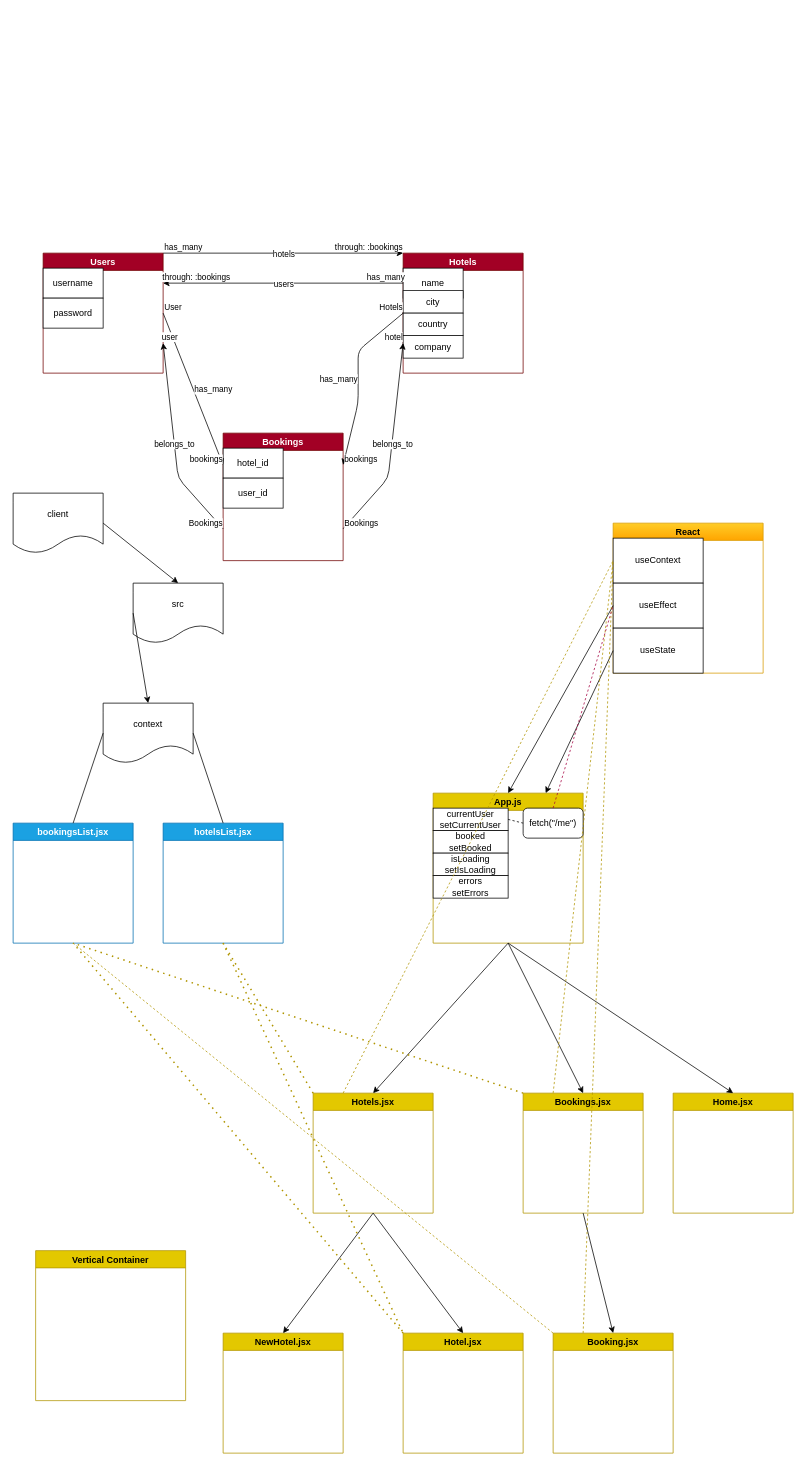
Earlier version of the draw.io diagram erd.drawio (SoraEagle/phase-4-project). Source tidied: cells renumbered, new cells numbered last; positions are measured from the earlier drawing's top-left corner, leaving out a move shared by most shapes. Both pictures are drawn from the tidied source at 75%, with x=0, y=0 at pixel (13, 253).
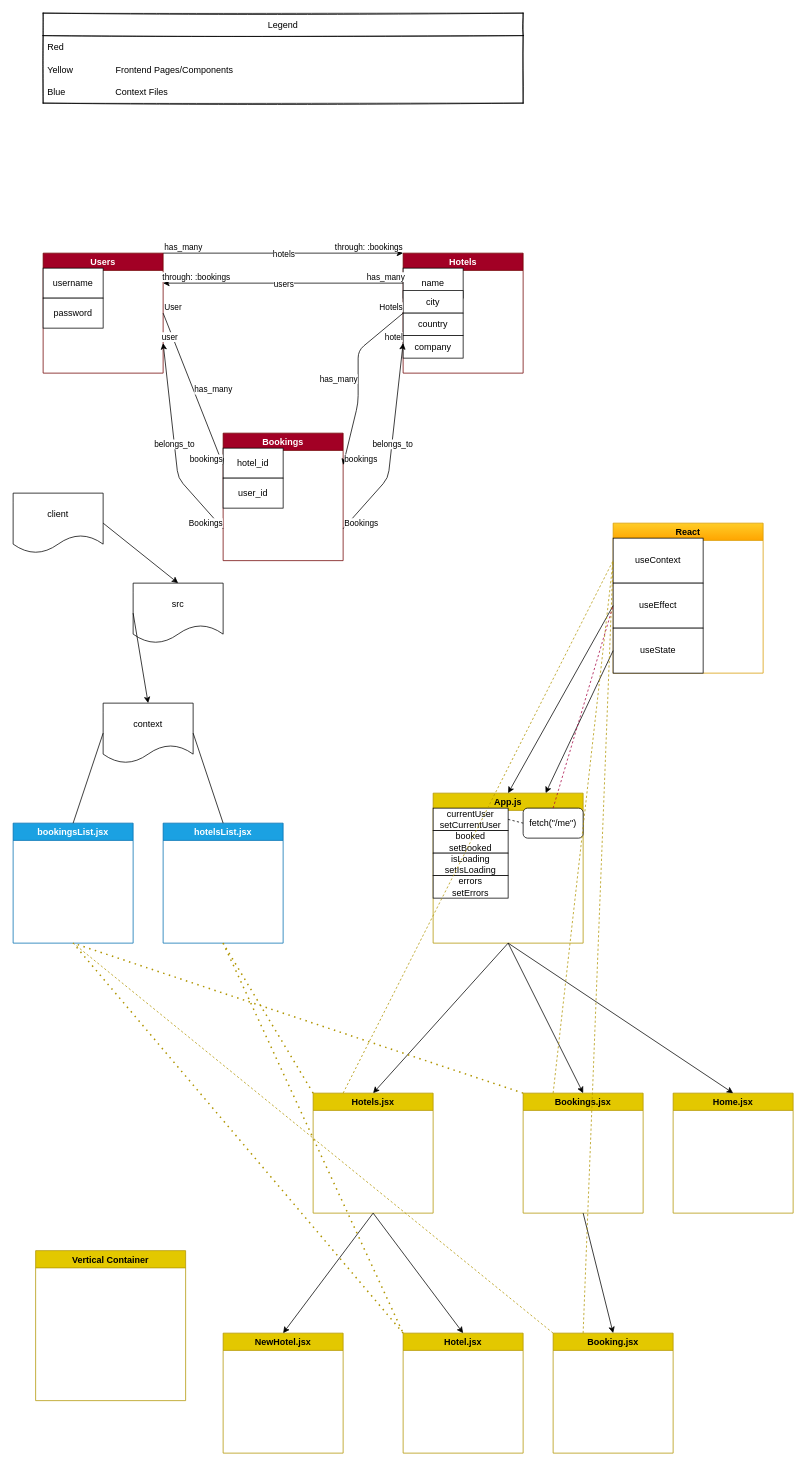
After the change.

The edit, as a diff of the source:
```diff
@@
+    <mxCell id="81" value="Legend" style="swimlane;fontStyle=0;horizontal=1;startSize=30;glass=0;sketch=1;shadow=0;rounded=0;" parent="1" vertex="1">
+      <mxGeometry x="40" y="-320" width="640" height="120" as="geometry" />
+    </mxCell>
+    <mxCell id="82" value="Red                    " style="text;strokeColor=none;fillColor=none;align=left;verticalAlign=middle;spacingLeft=4;spacingRight=4;overflow=hidden;" parent="81" vertex="1">
+      <mxGeometry y="30" width="640" height="30" as="geometry" />
+    </mxCell>
+    <mxCell id="83" value="Yellow                 Frontend Pages/Components" style="text;strokeColor=none;fillColor=none;align=left;verticalAlign=middle;spacingLeft=4;spacingRight=4;overflow=hidden;" parent="81" vertex="1">
+      <mxGeometry y="60" width="640" height="30" as="geometry" />
+    </mxCell>
+    <mxCell id="84" value="Blue                    Context Files" style="text;strokeColor=none;fillColor=none;align=left;verticalAlign=middle;spacingLeft=4;spacingRight=4;overflow=hidden;" parent="81" vertex="1">
+      <mxGeometry y="90" width="640" height="30" as="geometry" />
+    </mxCell>
```
